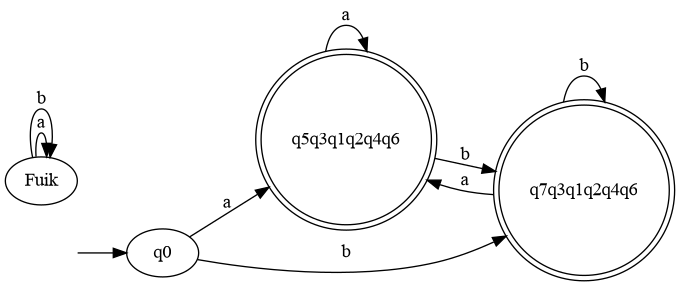
bas200o/formele-methoden keeps this Graphviz diagram as TestGraphs/DFA.png. Above is the earlier version. Its source is kept beside it as TestGraphs/DFA.dot.
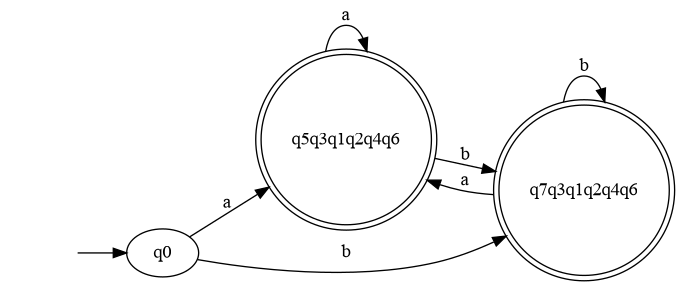
After the change.

Diff of the diagram source:
```diff
@@ -4,8 +4,6 @@
 	node_start ->  q0;
 	q5q3q1q2q4q6 [label =q5q3q1q2q4q6, shape = doublecircle];
 	q7q3q1q2q4q6 [label =q7q3q1q2q4q6, shape = doublecircle];
-	Fuik -> Fuik ["label"="a"];
-	Fuik -> Fuik ["label"="b"];
 	q0 -> q5q3q1q2q4q6 ["label"="a"];
 	q0 -> q7q3q1q2q4q6 ["label"="b"];
 	q5q3q1q2q4q6 -> q5q3q1q2q4q6 ["label"="a"];
```
